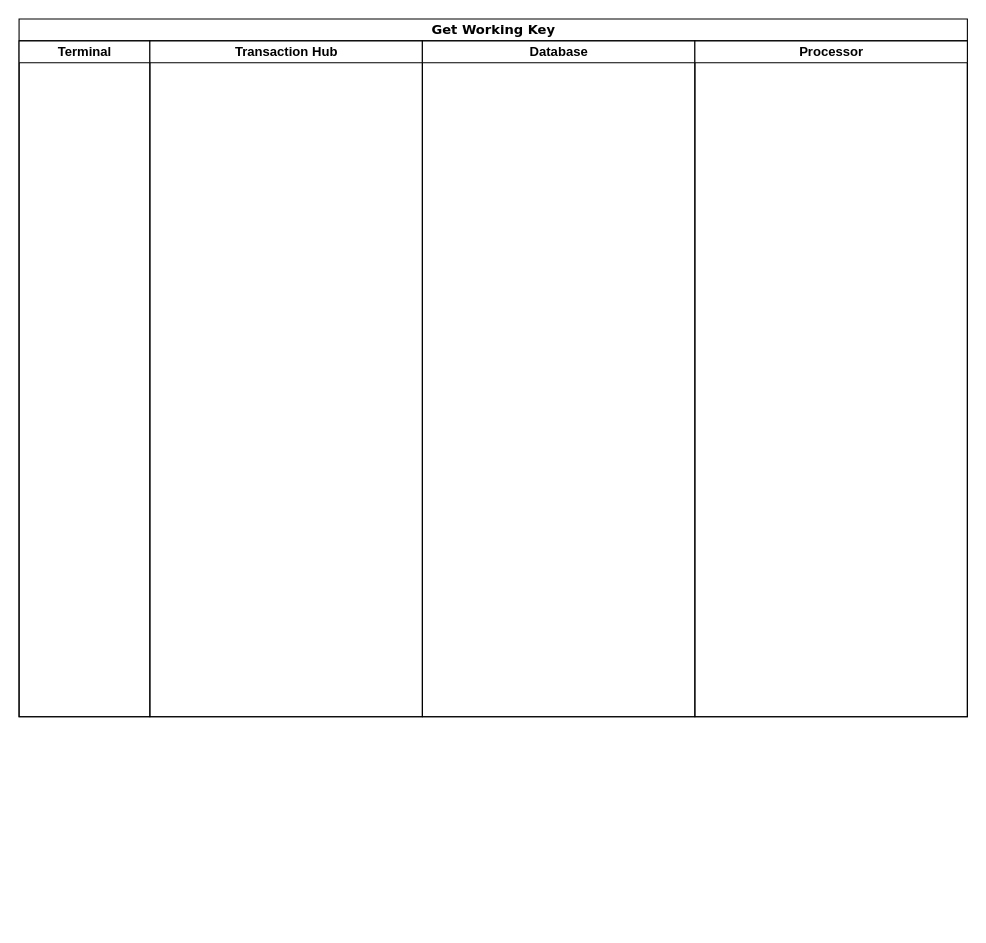
Before: docs/diagram.drawio in SmileDragonfly/transaction-hub, a draw.io diagram. Source tidied: cells renumbered, new cells numbered last; positions are measured from the earlier drawing's top-left corner, leaving out a move shared by most shapes. Both pictures are drawn from the tidied source at 109%, with x=0, y=0 at pixel (19, 19).
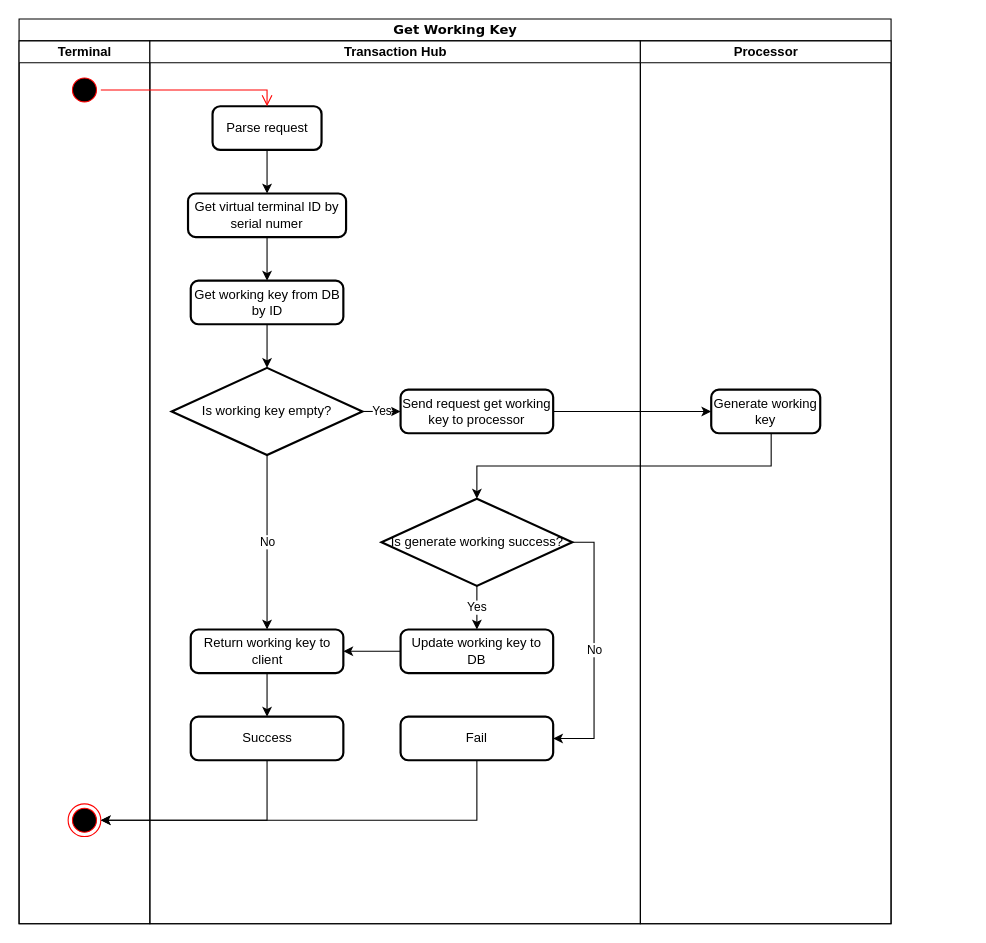
The same diagram, later.

Commit message:
Update get working key diagram

Change to the diagram source:
```diff
@@
     <mxCell id="2" value="Get Working Key" style="swimlane;html=1;startSize=20;rounded=0;shadow=0;comic=0;labelBackgroundColor=none;strokeWidth=1;fontFamily=Verdana;fontSize=12;align=center;swimlaneLine=1;" parent="1" vertex="1">
-      <mxGeometry width="870" height="640" as="geometry" />
+      <mxGeometry width="800" height="830" as="geometry" />
     </mxCell>
     <mxCell id="3" value="Terminal" style="swimlane;html=1;startSize=20;" parent="2" vertex="1">
-      <mxGeometry y="20" width="120" height="620" as="geometry" />
+      <mxGeometry y="20" width="120" height="810" as="geometry" />
     </mxCell>
+    <mxCell id="7" style="ellipse;html=1;shape=startState;fillColor=#000000;strokeColor=#ff0000;" parent="3" vertex="1">
+      <mxGeometry x="45" y="30" width="30" height="30" as="geometry" />
+    </mxCell>
+    <mxCell id="8" style="ellipse;html=1;shape=endState;fillColor=#000000;strokeColor=#ff0000;" parent="3" vertex="1">
+      <mxGeometry x="45" y="700" width="30" height="30" as="geometry" />
+    </mxCell>
     <mxCell id="4" value="Transaction Hub" style="swimlane;html=1;startSize=20;" parent="2" vertex="1">
-      <mxGeometry x="120" y="20" width="250" height="620" as="geometry" />
+      <mxGeometry x="120" y="20" width="450" height="810" as="geometry" />
     </mxCell>
-    <mxCell id="5" value="Database" style="swimlane;html=1;startSize=20;" parent="2" vertex="1">
-      <mxGeometry x="370" y="20" width="250" height="620" as="geometry" />
-    </mxCell>
+    <mxCell id="9" style="edgeStyle=orthogonalEdgeStyle;rounded=0;jettySize=auto;html=1;" parent="4" edge="1" source="10" target="12">
+      <mxGeometry relative="1" as="geometry" />
+    </mxCell>
+    <mxCell id="10" value="Parse request" style="rounded=1;whiteSpace=wrap;html=1;absoluteArcSize=1;arcSize=14;strokeWidth=2;" parent="4" vertex="1">
+      <mxGeometry x="57.5" y="60" width="100" height="40" as="geometry" />
+    </mxCell>
+    <mxCell id="11" style="edgeStyle=orthogonalEdgeStyle;rounded=0;jettySize=auto;html=1;exitX=0.5;exitY=1;exitDx=0;exitDy=0;entryX=0.5;entryY=0;entryDx=0;entryDy=0;" parent="4" edge="1" source="12" target="13">
+      <mxGeometry relative="1" as="geometry" />
+    </mxCell>
+    <mxCell id="12" value="Get virtual terminal ID by serial numer" style="rounded=1;whiteSpace=wrap;html=1;absoluteArcSize=1;arcSize=14;strokeWidth=2;" parent="4" vertex="1">
+      <mxGeometry x="35" y="140" width="145" height="40" as="geometry" />
+    </mxCell>
+    <mxCell id="13" value="Get working key from DB by ID" style="rounded=1;whiteSpace=wrap;html=1;absoluteArcSize=1;arcSize=14;strokeWidth=2;" parent="4" vertex="1">
+      <mxGeometry x="37.5" y="220" width="140" height="40" as="geometry" />
+    </mxCell>
+    <mxCell id="14" value="Yes" style="edgeStyle=orthogonalEdgeStyle;rounded=0;jettySize=auto;html=1;exitX=1;exitY=0.5;exitDx=0;exitDy=0;exitPerimeter=0;entryX=0;entryY=0.5;entryDx=0;entryDy=0;" parent="4" edge="1" source="16" target="17">
+      <mxGeometry relative="1" as="geometry" />
+    </mxCell>
+    <mxCell id="15" value="No" style="edgeStyle=orthogonalEdgeStyle;rounded=0;jettySize=auto;html=1;exitX=0.5;exitY=1;exitDx=0;exitDy=0;exitPerimeter=0;" parent="4" edge="1" source="16" target="25">
+      <mxGeometry relative="1" as="geometry" />
+    </mxCell>
+    <mxCell id="16" value="Is working key empty?" style="strokeWidth=2;html=1;shape=mxgraph.flowchart.decision;whiteSpace=wrap;" parent="4" vertex="1">
+      <mxGeometry x="20" y="300" width="175" height="80" as="geometry" />
+    </mxCell>
+    <mxCell id="17" value="Send request get working key to processor" style="rounded=1;whiteSpace=wrap;html=1;absoluteArcSize=1;arcSize=14;strokeWidth=2;" parent="4" vertex="1">
+      <mxGeometry x="230" y="320" width="140" height="40" as="geometry" />
+    </mxCell>
+    <mxCell id="18" value="Yes" style="edgeStyle=orthogonalEdgeStyle;rounded=0;jettySize=auto;html=1;exitX=0.5;exitY=1;exitDx=0;exitDy=0;exitPerimeter=0;entryX=0.5;entryY=0;entryDx=0;entryDy=0;" parent="4" edge="1" source="20" target="23">
+      <mxGeometry relative="1" as="geometry" />
+    </mxCell>
+    <mxCell id="19" value="No" style="edgeStyle=orthogonalEdgeStyle;rounded=0;jettySize=auto;html=1;exitX=1;exitY=0.5;exitDx=0;exitDy=0;exitPerimeter=0;entryX=1;entryY=0.5;entryDx=0;entryDy=0;" parent="4" edge="1" source="20" target="27">
+      <mxGeometry relative="1" as="geometry" />
+    </mxCell>
+    <mxCell id="20" value="Is generate working success?" style="strokeWidth=2;html=1;shape=mxgraph.flowchart.decision;whiteSpace=wrap;" parent="4" vertex="1">
+      <mxGeometry x="212.5" y="420" width="175" height="80" as="geometry" />
+    </mxCell>
+    <mxCell id="21" style="edgeStyle=orthogonalEdgeStyle;rounded=0;jettySize=auto;html=1;entryX=0.5;entryY=0;entryDx=0;entryDy=0;entryPerimeter=0;" parent="4" edge="1" source="13" target="16">
+      <mxGeometry relative="1" as="geometry" />
+    </mxCell>
+    <mxCell id="22" style="edgeStyle=orthogonalEdgeStyle;rounded=0;jettySize=auto;html=1;exitX=0;exitY=0.5;exitDx=0;exitDy=0;entryX=1;entryY=0.5;entryDx=0;entryDy=0;" parent="4" edge="1" source="23" target="25">
+      <mxGeometry relative="1" as="geometry" />
+    </mxCell>
+    <mxCell id="23" value="Update working key to DB" style="rounded=1;whiteSpace=wrap;html=1;absoluteArcSize=1;arcSize=14;strokeWidth=2;" parent="4" vertex="1">
+      <mxGeometry x="230" y="540" width="140" height="40" as="geometry" />
+    </mxCell>
+    <mxCell id="24" style="edgeStyle=orthogonalEdgeStyle;rounded=0;jettySize=auto;html=1;exitX=0.5;exitY=1;exitDx=0;exitDy=0;entryX=0.5;entryY=0;entryDx=0;entryDy=0;" parent="4" edge="1" source="25" target="26">
+      <mxGeometry relative="1" as="geometry" />
+    </mxCell>
+    <mxCell id="25" value="Return working key to client" style="rounded=1;whiteSpace=wrap;html=1;absoluteArcSize=1;arcSize=14;strokeWidth=2;" parent="4" vertex="1">
+      <mxGeometry x="37.5" y="540" width="140" height="40" as="geometry" />
+    </mxCell>
+    <mxCell id="26" value="Success" style="rounded=1;whiteSpace=wrap;html=1;absoluteArcSize=1;arcSize=14;strokeWidth=2;" parent="4" vertex="1">
+      <mxGeometry x="37.5" y="620" width="140" height="40" as="geometry" />
+    </mxCell>
+    <mxCell id="27" value="Fail" style="rounded=1;whiteSpace=wrap;html=1;absoluteArcSize=1;arcSize=14;strokeWidth=2;" parent="4" vertex="1">
+      <mxGeometry x="230" y="620" width="140" height="40" as="geometry" />
+    </mxCell>
     <mxCell id="6" value="Processor" style="swimlane;html=1;startSize=20;" parent="2" vertex="1">
-      <mxGeometry x="620" y="20" width="250" height="620" as="geometry" />
+      <mxGeometry x="570" y="20" width="230" height="810" as="geometry" />
     </mxCell>
+    <mxCell id="28" value="Generate working key" style="rounded=1;whiteSpace=wrap;html=1;absoluteArcSize=1;arcSize=14;strokeWidth=2;" parent="6" vertex="1">
+      <mxGeometry x="65" y="320" width="100" height="40" as="geometry" />
+    </mxCell>
+    <mxCell id="29" style="edgeStyle=orthogonalEdgeStyle;html=1;verticalAlign=bottom;endArrow=open;endSize=8;strokeColor=#ff0000;rounded=0;entryX=0.5;entryY=0;entryDx=0;entryDy=0;" parent="2" edge="1" source="7" target="10">
+      <mxGeometry relative="1" as="geometry" />
+    </mxCell>
+    <mxCell id="30" style="edgeStyle=orthogonalEdgeStyle;rounded=0;jettySize=auto;html=1;" parent="2" edge="1" source="17" target="28">
+      <mxGeometry relative="1" as="geometry" />
+    </mxCell>
+    <mxCell id="31" style="edgeStyle=orthogonalEdgeStyle;rounded=0;jettySize=auto;html=1;entryX=0.5;entryY=0;entryDx=0;entryDy=0;entryPerimeter=0;" parent="2" edge="1" source="28" target="20">
+      <mxGeometry relative="1" as="geometry">
+        <Array as="points">
+          <mxPoint x="690" y="410" />
+          <mxPoint x="420" y="410" />
+        </Array>
+      </mxGeometry>
+    </mxCell>
+    <mxCell id="32" style="edgeStyle=orthogonalEdgeStyle;rounded=0;jettySize=auto;html=1;exitX=0.5;exitY=1;exitDx=0;exitDy=0;entryX=1;entryY=0.5;entryDx=0;entryDy=0;" parent="2" edge="1" source="26" target="8">
+      <mxGeometry relative="1" as="geometry" />
+    </mxCell>
+    <mxCell id="33" style="edgeStyle=orthogonalEdgeStyle;rounded=0;jettySize=auto;html=1;" parent="2" edge="1" source="27" target="8">
+      <mxGeometry relative="1" as="geometry">
+        <Array as="points">
+          <mxPoint x="420" y="735" />
+        </Array>
+      </mxGeometry>
+    </mxCell>
```
